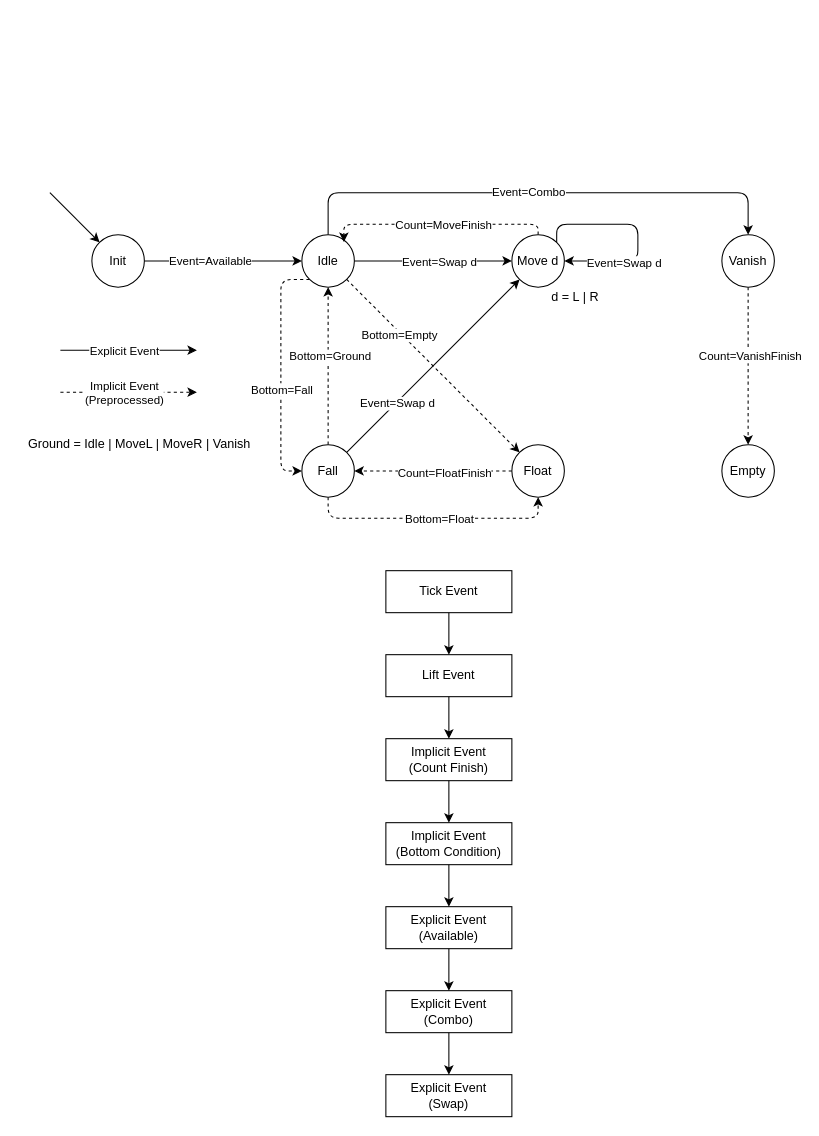
matonix/panepon keeps this draw.io diagram as panel.drawio. Above is the earlier version. Source tidied: cells renumbered, new cells numbered last; positions are measured from the earlier drawing's top-left corner, leaving out a move shared by most shapes. Both pictures are drawn from the tidied source at 105%, with x=0, y=0 at pixel (18, 192).
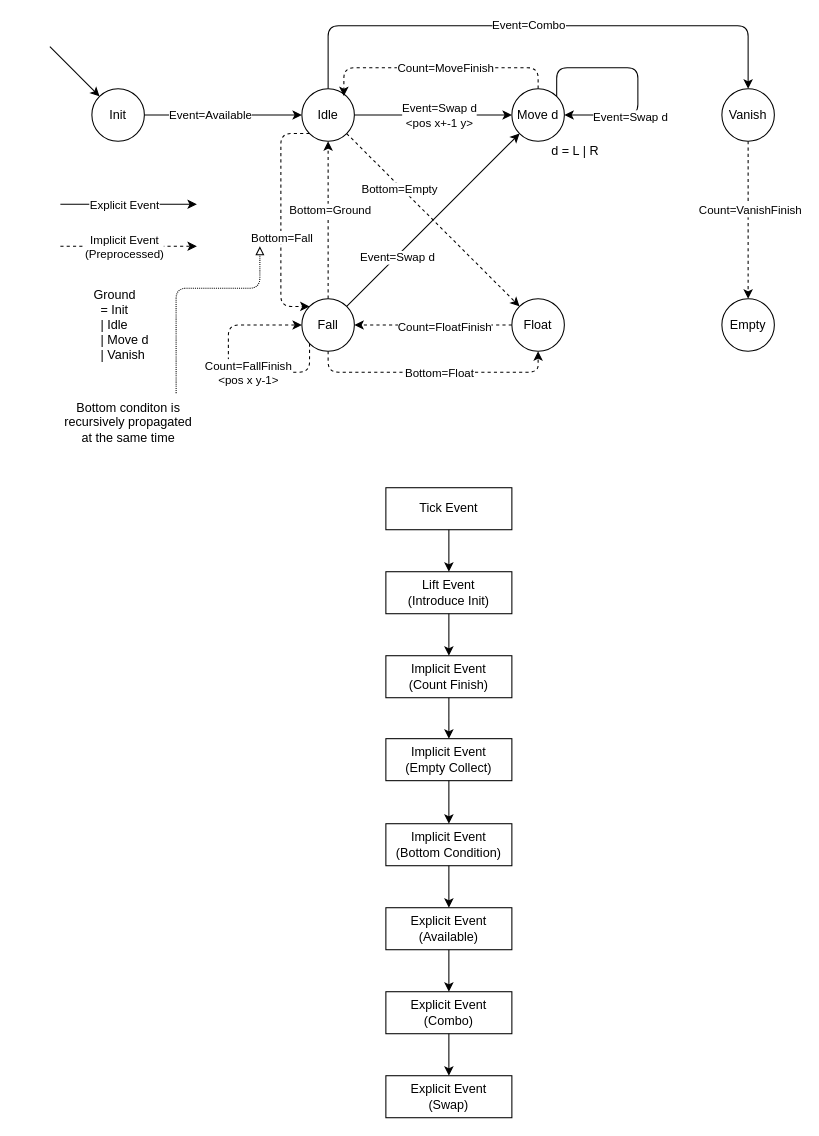
The same page after the edit.

Commit message (it also covers changes not shown here):
fall, combo, swap

Unchanged cells that the change refers to:
```xml
<mxCell id="2" style="edgeStyle=orthogonalEdgeStyle;rounded=0;jettySize=auto;html=1;entryX=0;entryY=0.5;entryDx=0;entryDy=0;" parent="1" edge="1" source="10" target="31">
  <mxGeometry relative="1" as="geometry" />
</mxCell>
```

Change to the diagram source:
```diff
@@
-    <mxCell id="3" value="Event=Swap d" style="edgeLabel;html=1;align=center;verticalAlign=middle;" parent="2" vertex="1">
+    <mxCell id="3" value="Event=Swap d&lt;br&gt;&amp;lt;pos x+-1 y&amp;gt;" style="edgeLabel;html=1;align=center;verticalAlign=middle;" parent="2" vertex="1">
       <mxGeometry x="-0.24" relative="1" as="geometry">
         <mxPoint x="23" as="offset" />
       </mxGeometry>
     </mxCell>
@@
     <mxCell id="6" style="edgeStyle=orthogonalEdgeStyle;rounded=1;jettySize=auto;html=1;exitX=0.5;exitY=0;exitDx=0;exitDy=0;entryX=0.5;entryY=0;entryDx=0;entryDy=0;" parent="1" edge="1" source="10" target="18">
       <mxGeometry relative="1" as="geometry">
         <Array as="points">
-          <mxPoint x="295" />
-          <mxPoint x="695" />
+          <mxPoint x="295" y="-159" />
+          <mxPoint x="695" y="-159" />
         </Array>
       </mxGeometry>
     </mxCell>
@@
-    <mxCell id="8" style="edgeStyle=orthogonalEdgeStyle;rounded=1;jettySize=auto;html=1;exitX=0;exitY=1;exitDx=0;exitDy=0;entryX=0;entryY=0.5;entryDx=0;entryDy=0;dashed=1;" parent="1" edge="1" source="10" target="25">
+    <mxCell id="8" style="edgeStyle=orthogonalEdgeStyle;rounded=1;jettySize=auto;html=1;exitX=0;exitY=1;exitDx=0;exitDy=0;entryX=0;entryY=0;entryDx=0;entryDy=0;dashed=1;" parent="1" edge="1" source="10" target="25">
       <mxGeometry relative="1" as="geometry">
         <Array as="points">
-          <mxPoint x="250" y="83" />
-          <mxPoint x="250" y="265" />
+          <mxPoint x="250" y="-56" />
+          <mxPoint x="250" y="108" />
+          <mxPoint x="277" y="108" />
         </Array>
       </mxGeometry>
     </mxCell>
@@
     <mxCell id="10" value="Idle" style="ellipse;whiteSpace=wrap;html=1;" parent="1" vertex="1">
-      <mxGeometry x="270" y="40" width="50" height="50" as="geometry" />
+      <mxGeometry x="270" y="-99" width="50" height="50" as="geometry" />
     </mxCell>
@@
     <mxCell id="13" value="Init" style="ellipse;whiteSpace=wrap;html=1;" parent="1" vertex="1">
-      <mxGeometry x="70" y="40" width="50" height="50" as="geometry" />
+      <mxGeometry x="70" y="-99" width="50" height="50" as="geometry" />
     </mxCell>
     <mxCell id="14" style="edgeStyle=orthogonalEdgeStyle;rounded=1;jettySize=auto;html=1;exitX=0.5;exitY=0;exitDx=0;exitDy=0;dashed=1;" parent="1" edge="1" source="31">
       <mxGeometry relative="1" as="geometry">
-        <mxPoint x="310" y="47" as="targetPoint" />
+        <mxPoint x="310" y="-92" as="targetPoint" />
         <Array as="points">
-          <mxPoint x="495" y="30" />
-          <mxPoint x="310" y="30" />
+          <mxPoint x="495" y="-119" />
+          <mxPoint x="310" y="-119" />
         </Array>
       </mxGeometry>
     </mxCell>
@@
     <mxCell id="18" value="Vanish" style="ellipse;whiteSpace=wrap;html=1;" parent="1" vertex="1">
-      <mxGeometry x="670" y="40" width="50" height="50" as="geometry" />
+      <mxGeometry x="670" y="-99" width="50" height="50" as="geometry" />
     </mxCell>
@@
     <mxCell id="25" value="Fall" style="ellipse;whiteSpace=wrap;html=1;" parent="1" vertex="1">
-      <mxGeometry x="270" y="240" width="50" height="50" as="geometry" />
+      <mxGeometry x="270" y="101" width="50" height="50" as="geometry" />
     </mxCell>
@@
     <mxCell id="28" value="Float" style="ellipse;whiteSpace=wrap;html=1;" parent="1" vertex="1">
-      <mxGeometry x="470" y="240" width="50" height="50" as="geometry" />
+      <mxGeometry x="470" y="101" width="50" height="50" as="geometry" />
     </mxCell>
     <mxCell id="29" style="endArrow=classic;html=1;entryX=0;entryY=0;entryDx=0;entryDy=0;" parent="1" edge="1" target="13">
       <mxGeometry relative="1" as="geometry">
-        <mxPoint x="30" as="sourcePoint" />
+        <mxPoint x="30" y="-139" as="sourcePoint" />
       </mxGeometry>
     </mxCell>
     <mxCell id="30" value="Empty" style="ellipse;whiteSpace=wrap;html=1;" parent="1" vertex="1">
-      <mxGeometry x="670" y="240" width="50" height="50" as="geometry" />
+      <mxGeometry x="670" y="101" width="50" height="50" as="geometry" />
     </mxCell>
     <mxCell id="31" value="Move d" style="ellipse;whiteSpace=wrap;html=1;" parent="1" vertex="1">
-      <mxGeometry x="470" y="40" width="50" height="50" as="geometry" />
+      <mxGeometry x="470" y="-99" width="50" height="50" as="geometry" />
     </mxCell>
     <mxCell id="32" style="edgeStyle=orthogonalEdgeStyle;rounded=1;orthogonalLoop=1;jettySize=auto;html=1;exitX=1;exitY=0;exitDx=0;exitDy=0;entryX=1;entryY=0.5;entryDx=0;entryDy=0;" parent="1" edge="1" source="31" target="31">
       <mxGeometry relative="1" as="geometry">
         <Array as="points">
-          <mxPoint x="513" y="30" />
-          <mxPoint x="590" y="30" />
-          <mxPoint x="590" y="65" />
+          <mxPoint x="513" y="-119" />
+          <mxPoint x="590" y="-119" />
+          <mxPoint x="590" y="-74" />
         </Array>
       </mxGeometry>
     </mxCell>
@@
     <mxCell id="34" style="endArrow=classic;html=1;" parent="1" edge="1">
       <mxGeometry relative="1" as="geometry">
-        <mxPoint x="40" y="150" as="sourcePoint" />
-        <mxPoint x="170" y="150" as="targetPoint" />
+        <mxPoint x="40" y="11" as="sourcePoint" />
+        <mxPoint x="170" y="11" as="targetPoint" />
       </mxGeometry>
     </mxCell>
@@
     <mxCell id="36" style="endArrow=classic;html=1;dashed=1;" parent="1" edge="1">
       <mxGeometry relative="1" as="geometry">
-        <mxPoint x="40" y="190" as="sourcePoint" />
-        <mxPoint x="170" y="190" as="targetPoint" />
+        <mxPoint x="40" y="51" as="sourcePoint" />
+        <mxPoint x="170" y="51" as="targetPoint" />
       </mxGeometry>
     </mxCell>
@@
     <mxCell id="39" value="Implicit Event&lt;br&gt;(Bottom Condition)" style="rounded=0;whiteSpace=wrap;html=1;shadow=0;glass=0;fillColor=none;" parent="1" vertex="1">
-      <mxGeometry x="350" y="600" width="120" height="40" as="geometry" />
+      <mxGeometry x="350" y="601" width="120" height="40" as="geometry" />
     </mxCell>
@@
     <mxCell id="41" value="Explicit Event&lt;br&gt;(Combo)" style="rounded=0;whiteSpace=wrap;html=1;shadow=0;glass=0;fillColor=none;" parent="1" vertex="1">
-      <mxGeometry x="350" y="760" width="120" height="40" as="geometry" />
+      <mxGeometry x="350" y="761" width="120" height="40" as="geometry" />
     </mxCell>
     <mxCell id="42" value="Explicit Event&lt;br&gt;(Swap)" style="rounded=0;whiteSpace=wrap;html=1;shadow=0;glass=0;fillColor=none;" parent="1" vertex="1">
-      <mxGeometry x="350" y="840" width="120" height="40" as="geometry" />
+      <mxGeometry x="350" y="841" width="120" height="40" as="geometry" />
     </mxCell>
@@
     <mxCell id="44" value="Explicit Event&lt;br&gt;(Available)" style="rounded=0;whiteSpace=wrap;html=1;shadow=0;glass=0;fillColor=none;" parent="1" vertex="1">
-      <mxGeometry x="350" y="680" width="120" height="40" as="geometry" />
+      <mxGeometry x="350" y="681" width="120" height="40" as="geometry" />
     </mxCell>
-    <mxCell id="45" style="edgeStyle=orthogonalEdgeStyle;rounded=1;jettySize=auto;html=1;entryX=0.5;entryY=0;entryDx=0;entryDy=0;" parent="1" edge="1" source="46" target="39">
+    <mxCell id="45" style="edgeStyle=orthogonalEdgeStyle;rounded=1;jettySize=auto;html=1;entryX=0.5;entryY=0;entryDx=0;entryDy=0;" parent="1" edge="1" source="46" target="57">
       <mxGeometry relative="1" as="geometry" />
     </mxCell>
     <mxCell id="46" value="Implicit Event&lt;br&gt;(Count Finish)" style="rounded=0;whiteSpace=wrap;html=1;shadow=0;glass=0;fillColor=none;" parent="1" vertex="1">
-      <mxGeometry x="350" y="520" width="120" height="40" as="geometry" />
+      <mxGeometry x="350" y="441" width="120" height="40" as="geometry" />
     </mxCell>
-    <mxCell id="47" value="Lift Event" style="rounded=0;whiteSpace=wrap;html=1;shadow=0;glass=0;fillColor=none;" parent="1" vertex="1">
-      <mxGeometry x="350" y="440" width="120" height="40" as="geometry" />
+    <mxCell id="47" value="Lift Event&lt;br&gt;(Introduce Init)" style="rounded=0;whiteSpace=wrap;html=1;shadow=0;glass=0;fillColor=none;" parent="1" vertex="1">
+      <mxGeometry x="350" y="361" width="120" height="40" as="geometry" />
     </mxCell>
     <mxCell id="48" style="edgeStyle=orthogonalEdgeStyle;rounded=1;jettySize=auto;html=1;" parent="1" edge="1" source="47">
       <mxGeometry relative="1" as="geometry">
-        <mxPoint x="410" y="520" as="targetPoint" />
+        <mxPoint x="410" y="441" as="targetPoint" />
       </mxGeometry>
     </mxCell>
@@
     <mxCell id="50" value="Tick Event" style="rounded=0;whiteSpace=wrap;html=1;shadow=0;glass=0;fillColor=none;" parent="1" vertex="1">
-      <mxGeometry x="350" y="360" width="120" height="40" as="geometry" />
+      <mxGeometry x="350" y="281" width="120" height="40" as="geometry" />
     </mxCell>
-    <mxCell id="51" value="Ground = Idle | MoveL | MoveR | Vanish" style="text;html=1;align=center;verticalAlign=middle;strokeColor=none;" parent="1" vertex="1">
-      <mxGeometry y="230" width="230" height="20" as="geometry" />
+    <mxCell id="51" value="Ground &lt;br&gt;&amp;nbsp; = Init&lt;br&gt;&amp;nbsp; | Idle &lt;br&gt;&amp;nbsp; | Move d&lt;br&gt;&amp;nbsp; | Vanish" style="text;html=1;align=left;verticalAlign=middle;strokeColor=none;" parent="1" vertex="1">
+      <mxGeometry x="70" y="86" width="70" height="80" as="geometry" />
     </mxCell>
     <mxCell id="52" value="d = L | R" style="text;html=1;align=center;verticalAlign=middle;strokeColor=none;" parent="1" vertex="1">
-      <mxGeometry x="500" y="90" width="60" height="20" as="geometry" />
+      <mxGeometry x="500" y="-49" width="60" height="20" as="geometry" />
     </mxCell>
+    <mxCell id="53" style="edgeStyle=orthogonalEdgeStyle;rounded=1;orthogonalLoop=1;jettySize=auto;html=1;exitX=0;exitY=1;exitDx=0;exitDy=0;entryX=0;entryY=0.5;entryDx=0;entryDy=0;dashed=1;" parent="1" edge="1" source="25" target="25">
+      <mxGeometry relative="1" as="geometry">
+        <Array as="points">
+          <mxPoint x="277" y="171" />
+          <mxPoint x="200" y="171" />
+          <mxPoint x="200" y="126" />
+        </Array>
+      </mxGeometry>
+    </mxCell>
+    <mxCell id="54" value="Count=FallFinish&lt;br&gt;&amp;lt;pos x y-1&amp;gt;" style="edgeLabel;html=1;align=center;verticalAlign=middle;" parent="53" vertex="1">
+      <mxGeometry x="-0.22" relative="1" as="geometry" />
+    </mxCell>
+    <mxCell id="55" style="edgeStyle=orthogonalEdgeStyle;rounded=1;jettySize=auto;html=1;dashed=1;exitX=0.848;exitY=-0.001;exitDx=0;exitDy=0;exitPerimeter=0;dashPattern=1 1;endArrow=block;endFill=0;" parent="1" edge="1" source="56">
+      <mxGeometry relative="1" as="geometry">
+        <mxPoint x="230" y="51" as="targetPoint" />
+        <Array as="points">
+          <mxPoint x="150" y="91" />
+          <mxPoint x="230" y="91" />
+        </Array>
+      </mxGeometry>
+    </mxCell>
+    <mxCell id="56" value="Bottom conditon is recursively propagated at the same time" style="text;html=1;strokeColor=none;fillColor=none;align=center;verticalAlign=middle;whiteSpace=wrap;rounded=0;" parent="1" vertex="1">
+      <mxGeometry x="40" y="191" width="130" height="55" as="geometry" />
+    </mxCell>
+    <mxCell id="57" value="Implicit Event&lt;br&gt;(Empty Collect)" style="rounded=0;whiteSpace=wrap;html=1;shadow=0;glass=0;fillColor=none;" parent="1" vertex="1">
+      <mxGeometry x="350" y="520" width="120" height="40" as="geometry" />
+    </mxCell>
+    <mxCell id="58" style="edgeStyle=orthogonalEdgeStyle;rounded=1;jettySize=auto;html=1;entryX=0.5;entryY=0;entryDx=0;entryDy=0;exitX=0.5;exitY=1;exitDx=0;exitDy=0;" parent="1" edge="1" source="57" target="39">
+      <mxGeometry relative="1" as="geometry" />
+    </mxCell>
```
